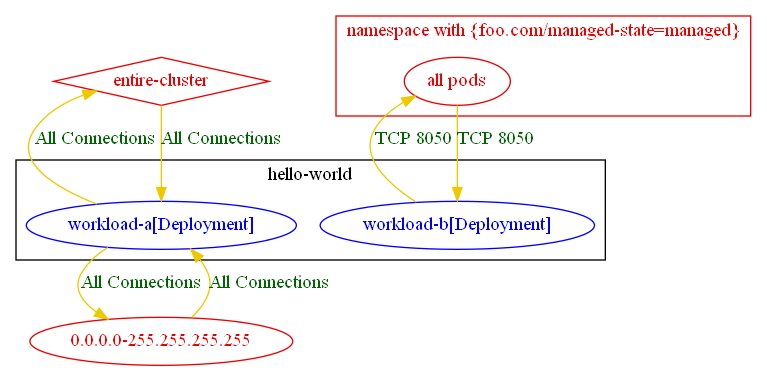
np-guard/netpol-analyzer keeps this Graphviz diagram as test_outputs/connlist/exposure_test_pod_exposed_only_to_representative_peers_connlist_output.dot.png. Above is the earlier version. Its source is kept beside it as test_outputs/connlist/exposure_test_pod_exposed_only_to_representative_peers_connlist_output.dot.
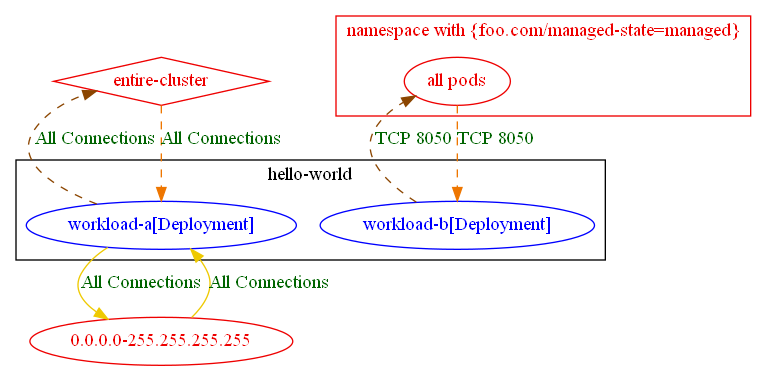
The same diagram one commit later.

Change to the diagram source:
```diff
@@ -15,9 +15,9 @@
 	"0.0.0.0-255.255.255.255" [label="0.0.0.0-255.255.255.255" color="red2" fontcolor="red2"]
 	"entire-cluster" [label="entire-cluster" color="red2" fontcolor="red2" shape=diamond]
 	"0.0.0.0-255.255.255.255" -> "hello-world/workload-a[Deployment]" [label="All Connections" color="gold2" fontcolor="darkgreen"]
-	"all pods_in_namespace with {foo.com/managed-state=managed}" -> "hello-world/workload-b[Deployment]" [label="TCP 8050" color="gold2" fontcolor="darkgreen" weight=1]
-	"entire-cluster" -> "hello-world/workload-a[Deployment]" [label="All Connections" color="gold2" fontcolor="darkgreen" weight=1]
+	"all pods_in_namespace with {foo.com/managed-state=managed}" -> "hello-world/workload-b[Deployment]" [label="TCP 8050" color="darkorange2" fontcolor="darkgreen" weight=1 style=dashed]
+	"entire-cluster" -> "hello-world/workload-a[Deployment]" [label="All Connections" color="darkorange2" fontcolor="darkgreen" weight=1 style=dashed]
 	"hello-world/workload-a[Deployment]" -> "0.0.0.0-255.255.255.255" [label="All Connections" color="gold2" fontcolor="darkgreen"]
-	"hello-world/workload-a[Deployment]" -> "entire-cluster" [label="All Connections" color="gold2" fontcolor="darkgreen" weight=0.5]
-	"hello-world/workload-b[Deployment]" -> "all pods_in_namespace with {foo.com/managed-state=managed}" [label="TCP 8050" color="gold2" fontcolor="darkgreen" weight=0.5]
+	"hello-world/workload-a[Deployment]" -> "entire-cluster" [label="All Connections" color="darkorange4" fontcolor="darkgreen" weight=0.5 style=dashed]
+	"hello-world/workload-b[Deployment]" -> "all pods_in_namespace with {foo.com/managed-state=managed}" [label="TCP 8050" color="darkorange4" fontcolor="darkgreen" weight=0.5 style=dashed]
 }
```
